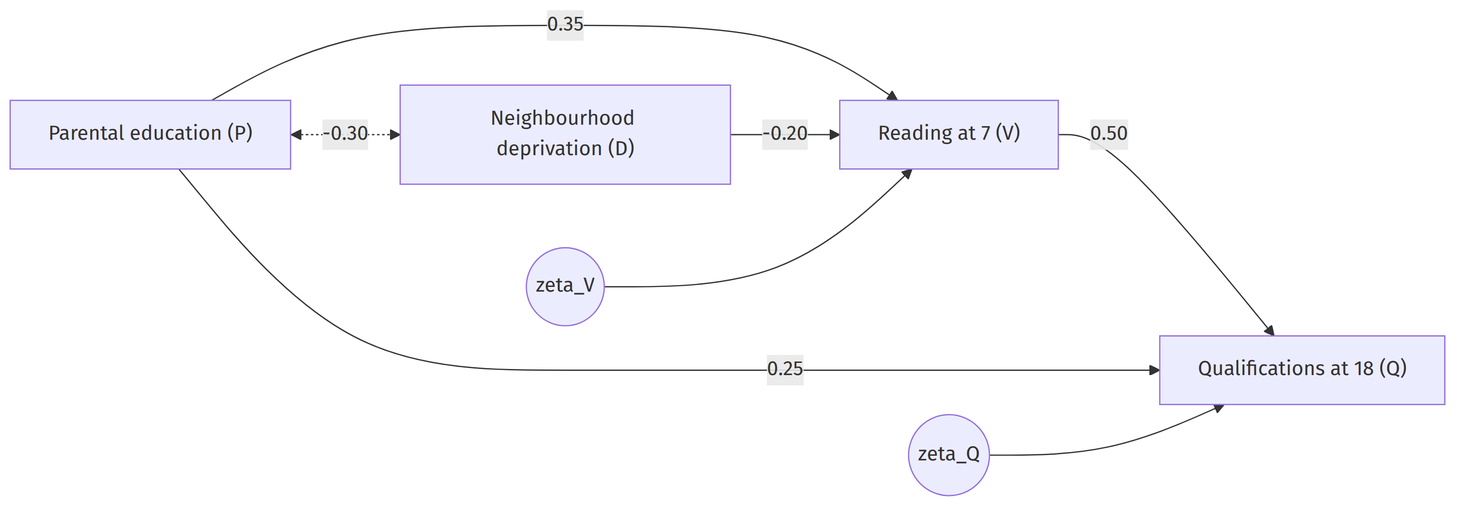
The Mermaid diagram diagrams/schooling.png in daob/stads-book, before a commit. Its source is kept beside it as diagrams/schooling.mmd.
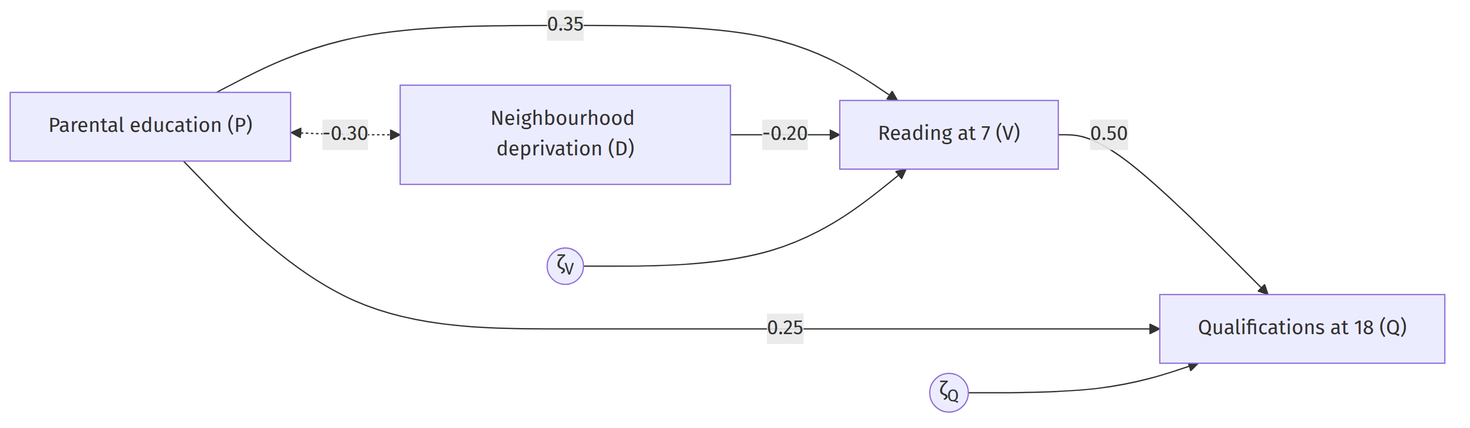
After the commit.

The edit, as a diff of the source:
```diff
@@ -4,5 +4,5 @@
   V -->|0.50| Q["Qualifications at 18 (Q)"]
   P -->|0.25| Q
   P <-.->|-0.30| D
-  zV((zeta_V)) --> V
-  zQ((zeta_Q)) --> Q
+  zV((ζ<sub>V</sub>)) --> V
+  zQ((ζ<sub>Q</sub>)) --> Q
```
